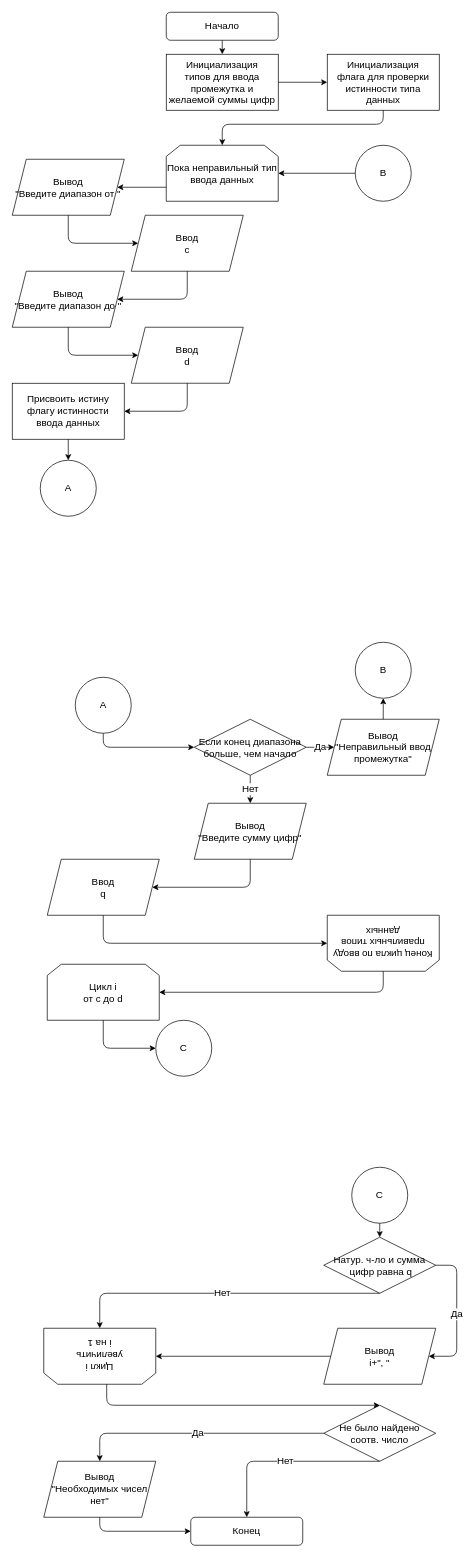
Bagdasaryan/Bagdasaryan keeps this draw.io diagram as Untitled Diagram.drawio. Above is the earlier version. Source tidied: cells renumbered, new cells numbered last; positions are measured from the earlier drawing's top-left corner, leaving out a move shared by most shapes. Both pictures are drawn from the tidied source at 70%, with x=0, y=0 at pixel (12, 12).
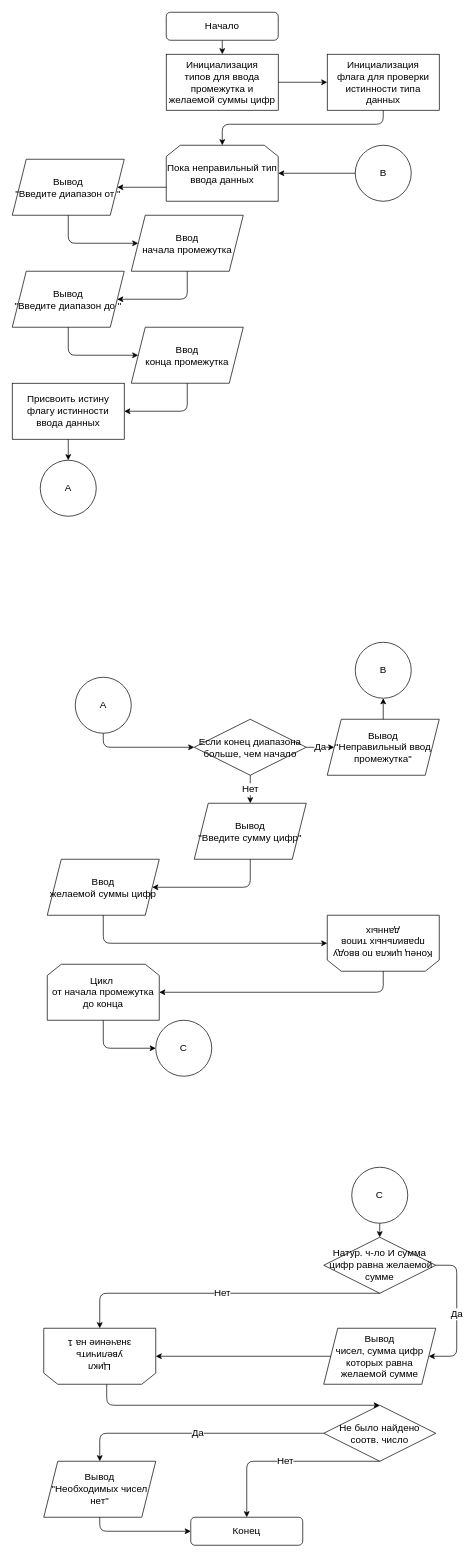
The same diagram, later.

The edit, as a diff of the source:
```diff
@@
-    <mxCell id="10" value="Ввод&lt;br style=&quot;font-size: 14px;&quot;&gt;c" style="shape=parallelogram;perimeter=parallelogramPerimeter;whiteSpace=wrap;html=1;fixedSize=1;strokeWidth=1;fontSize=14;" parent="1" vertex="1">
+    <mxCell id="10" value="Ввод&lt;br style=&quot;font-size: 14px&quot;&gt;начала промежутка" style="shape=parallelogram;perimeter=parallelogramPerimeter;whiteSpace=wrap;html=1;fixedSize=1;strokeWidth=1;fontSize=14;" parent="1" vertex="1">
       <mxGeometry x="170" y="290" width="160" height="80" as="geometry" />
     </mxCell>
@@
-    <mxCell id="14" value="Ввод&lt;br style=&quot;font-size: 14px;&quot;&gt;d" style="shape=parallelogram;perimeter=parallelogramPerimeter;whiteSpace=wrap;html=1;fixedSize=1;strokeWidth=1;fontSize=14;" parent="1" vertex="1">
+    <mxCell id="14" value="Ввод&lt;br style=&quot;font-size: 14px&quot;&gt;конца промежутка" style="shape=parallelogram;perimeter=parallelogramPerimeter;whiteSpace=wrap;html=1;fixedSize=1;strokeWidth=1;fontSize=14;" parent="1" vertex="1">
       <mxGeometry x="170" y="450" width="160" height="80" as="geometry" />
     </mxCell>
@@
-    <mxCell id="25" value="Ввод&lt;br style=&quot;font-size: 14px;&quot;&gt;q" style="shape=parallelogram;perimeter=parallelogramPerimeter;whiteSpace=wrap;html=1;fixedSize=1;strokeWidth=1;fontSize=14;" parent="1" vertex="1">
+    <mxCell id="25" value="Ввод&lt;br style=&quot;font-size: 14px&quot;&gt;желаемой суммы цифр" style="shape=parallelogram;perimeter=parallelogramPerimeter;whiteSpace=wrap;html=1;fixedSize=1;strokeWidth=1;fontSize=14;" parent="1" vertex="1">
       <mxGeometry x="50" y="1210" width="160" height="80" as="geometry" />
     </mxCell>
@@
-    <mxCell id="30" value="Цикл i&lt;br style=&quot;font-size: 14px;&quot;&gt;от c до d" style="shape=loopLimit;whiteSpace=wrap;html=1;strokeWidth=1;fontSize=14;" parent="1" vertex="1">
+    <mxCell id="30" value="Цикл&amp;nbsp;&lt;br style=&quot;font-size: 14px&quot;&gt;от начала промежутка до конца" style="shape=loopLimit;whiteSpace=wrap;html=1;strokeWidth=1;fontSize=14;" parent="1" vertex="1">
       <mxGeometry x="50" y="1360" width="160" height="80" as="geometry" />
     </mxCell>
@@
-    <mxCell id="32" value="Натур. ч-ло и сумма&lt;br style=&quot;font-size: 14px;&quot;&gt;&amp;nbsp;цифр равна q" style="rhombus;whiteSpace=wrap;html=1;strokeWidth=1;fontSize=14;" parent="1" vertex="1">
+    <mxCell id="32" value="Натур. ч-ло И сумма&lt;br style=&quot;font-size: 14px&quot;&gt;&amp;nbsp;цифр равна желаемой сумме" style="rhombus;whiteSpace=wrap;html=1;strokeWidth=1;fontSize=14;" parent="1" vertex="1">
       <mxGeometry x="445" y="1750" width="160" height="80" as="geometry" />
     </mxCell>
@@
-    <mxCell id="34" value="Цикл i&lt;br style=&quot;font-size: 14px;&quot;&gt;увеличить &lt;br style=&quot;font-size: 14px;&quot;&gt;i на 1" style="shape=loopLimit;whiteSpace=wrap;html=1;rotation=-180;strokeWidth=1;fontSize=14;" parent="1" vertex="1">
+    <mxCell id="34" value="Цикл&lt;br style=&quot;font-size: 14px&quot;&gt;увеличить &lt;br style=&quot;font-size: 14px&quot;&gt;значение на 1" style="shape=loopLimit;whiteSpace=wrap;html=1;rotation=-180;strokeWidth=1;fontSize=14;" parent="1" vertex="1">
       <mxGeometry x="45" y="1880" width="160" height="80" as="geometry" />
     </mxCell>
@@
-    <mxCell id="41" value="Вывод&lt;br style=&quot;font-size: 14px;&quot;&gt;i+&quot;, &quot;" style="shape=parallelogram;perimeter=parallelogramPerimeter;whiteSpace=wrap;html=1;fixedSize=1;strokeWidth=1;fontSize=14;" parent="1" vertex="1">
+    <mxCell id="41" value="Вывод&lt;br style=&quot;font-size: 14px&quot;&gt;чисел, сумма цифр которых равна желаемой сумме" style="shape=parallelogram;perimeter=parallelogramPerimeter;whiteSpace=wrap;html=1;fixedSize=1;strokeWidth=1;fontSize=14;" parent="1" vertex="1">
       <mxGeometry x="445" y="1880" width="160" height="80" as="geometry" />
     </mxCell>
```
